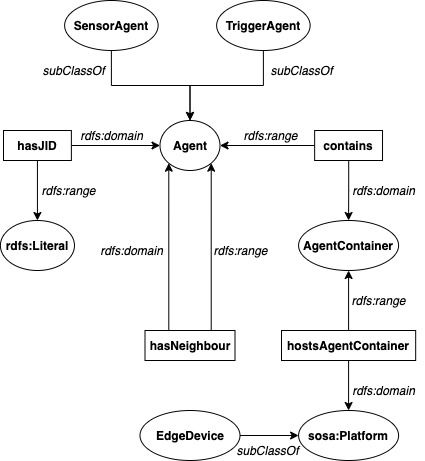
The draw.io diagram doc/rdfs-mas.png in paganellif/ws-project-paganelli-2021, before a commit. Source tidied: cells renumbered, new cells last; positions are measured from the earlier drawing's top-left corner, leaving out a move shared by most shapes.
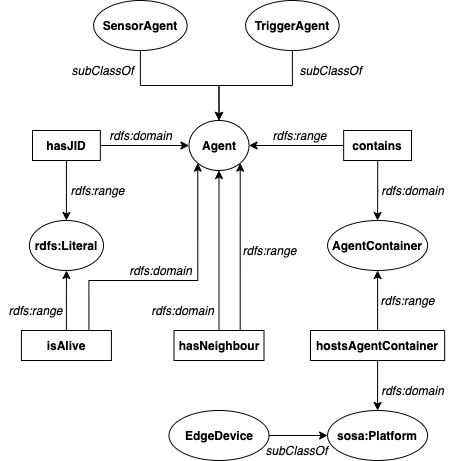
The same file after the commit.

Commit message:
added isAlive agent property

Diff of the diagram source:
```diff
@@ -59,13 +59,8 @@
     <mxCell id="20" value="&lt;i&gt;subClassOf&lt;/i&gt;" style="text;html=1;align=center;verticalAlign=middle;strokeColor=none;" parent="1" vertex="1">
       <mxGeometry x="261" y="60" width="80" height="20" as="geometry" />
     </mxCell>
-    <mxCell id="21" style="edgeStyle=orthogonalEdgeStyle;rounded=0;jettySize=auto;html=1;entryX=0;entryY=1;entryDx=0;entryDy=0;exitX=0.25;exitY=0;exitDx=0;exitDy=0;" parent="1" edge="1" source="23" target="2">
-      <mxGeometry relative="1" as="geometry">
-        <Array as="points">
-          <mxPoint x="167" y="345" />
-          <mxPoint x="168" y="345" />
-        </Array>
-      </mxGeometry>
+    <mxCell id="21" style="edgeStyle=orthogonalEdgeStyle;rounded=0;jettySize=auto;html=1;entryX=0.5;entryY=1;entryDx=0;entryDy=0;" parent="1" edge="1" source="23" target="2">
+      <mxGeometry relative="1" as="geometry" />
     </mxCell>
     <mxCell id="22" style="edgeStyle=orthogonalEdgeStyle;rounded=0;jettySize=auto;html=1;entryX=1;entryY=1;entryDx=0;entryDy=0;exitX=0.75;exitY=0;exitDx=0;exitDy=0;" parent="1" edge="1" source="23" target="2">
       <mxGeometry relative="1" as="geometry">
@@ -79,7 +74,7 @@
       <mxGeometry x="144.5" y="330" width="90" height="30" as="geometry" />
     </mxCell>
     <mxCell id="24" value="&lt;i&gt;rdfs:domain&lt;/i&gt;" style="text;html=1;align=center;verticalAlign=middle;strokeColor=none;" parent="1" vertex="1">
-      <mxGeometry x="91" y="240" width="80" height="20" as="geometry" />
+      <mxGeometry x="113" y="300" width="80" height="20" as="geometry" />
     </mxCell>
     <mxCell id="25" value="&lt;i&gt;rdfs:range&lt;/i&gt;" style="text;html=1;align=center;verticalAlign=middle;strokeColor=none;" parent="1" vertex="1">
       <mxGeometry x="205" y="240" width="70" height="20" as="geometry" />
@@ -111,5 +106,25 @@
     <mxCell id="34" value="&lt;i&gt;rdfs:domain&lt;/i&gt;" style="text;html=1;align=center;verticalAlign=middle;strokeColor=none;" parent="1" vertex="1">
       <mxGeometry x="343.3" y="380" width="80" height="20" as="geometry" />
     </mxCell>
+    <mxCell id="35" style="edgeStyle=orthogonalEdgeStyle;rounded=0;jettySize=auto;html=1;entryX=0;entryY=1;entryDx=0;entryDy=0;exitX=0.75;exitY=0;exitDx=0;exitDy=0;" parent="1" edge="1" source="37" target="2">
+      <mxGeometry relative="1" as="geometry">
+        <Array as="points">
+          <mxPoint x="59" y="280" />
+          <mxPoint x="168" y="280" />
+        </Array>
+      </mxGeometry>
+    </mxCell>
+    <mxCell id="36" style="edgeStyle=orthogonalEdgeStyle;rounded=0;jettySize=auto;html=1;" parent="1" edge="1" source="37" target="4">
+      <mxGeometry relative="1" as="geometry" />
+    </mxCell>
+    <mxCell id="37" value="&lt;b&gt;isAlive&lt;/b&gt;" style="rounded=0;whiteSpace=wrap;html=1;" parent="1" vertex="1">
+      <mxGeometry x="-8.1" y="330" width="90" height="30" as="geometry" />
+    </mxCell>
+    <mxCell id="38" value="&lt;i&gt;rdfs:domain&lt;/i&gt;" style="text;html=1;align=center;verticalAlign=middle;strokeColor=none;" parent="1" vertex="1">
+      <mxGeometry x="91" y="260" width="80" height="20" as="geometry" />
+    </mxCell>
+    <mxCell id="39" value="&lt;i&gt;rdfs:range&lt;/i&gt;" style="text;html=1;align=center;verticalAlign=middle;strokeColor=none;" parent="1" vertex="1">
+      <mxGeometry x="-29" y="300" width="70" height="20" as="geometry" />
+    </mxCell>
   </root>
 </mxGraphModel>
```
